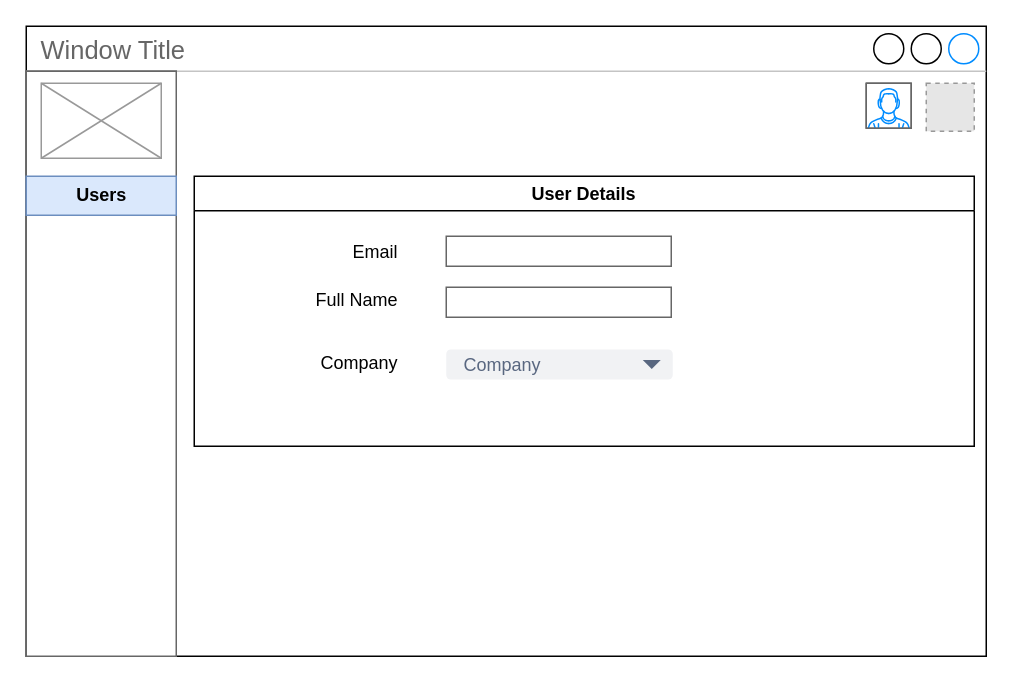
Earlier version of the draw.io diagram page "Super Admin - User Details" (4 of 9) of Untitled Diagram.drawio (wowarjuna/ivod). Source tidied: cells renumbered, new cells numbered last; positions are measured from the earlier drawing's top-left corner, leaving out a move shared by most shapes. Both pictures are drawn from the tidied source at 150%, with x=0, y=0 at pixel (26, 26). Pictures stored in the file or linked from it are replaced by grey dashed boxes.
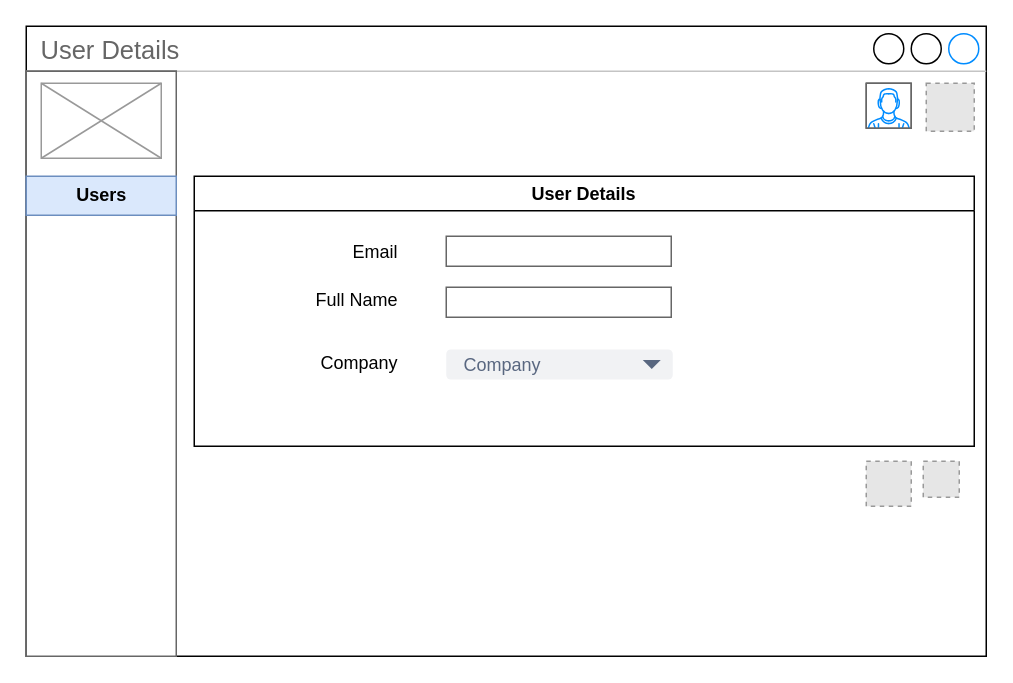
After the change.

Change to the diagram source:
```diff
@@
-    <mxCell id="2" value="Window Title" style="strokeWidth=1;shadow=0;dashed=0;align=center;html=1;shape=mxgraph.mockup.containers.window;align=left;verticalAlign=top;spacingLeft=8;strokeColor2=#008cff;strokeColor3=#c4c4c4;fontColor=#666666;mainText=;fontSize=17;labelBackgroundColor=none;" parent="1" vertex="1">
+    <mxCell id="2" value="User Details" style="strokeWidth=1;shadow=0;dashed=0;align=center;html=1;shape=mxgraph.mockup.containers.window;align=left;verticalAlign=top;spacingLeft=8;strokeColor2=#008cff;strokeColor3=#c4c4c4;fontColor=#666666;mainText=;fontSize=17;labelBackgroundColor=none;" parent="1" vertex="1">
       <mxGeometry width="640" height="420" as="geometry" />
     </mxCell>
@@
+    <mxCell id="18" style="fillColor=#E6E6E6;strokeColor=#999999;dashed=1;html=1;verticalAlign=top;verticalLabelPosition=bottom;labelBackgroundColor=#ffffff;fontSize=12;align=right;" parent="1" vertex="1">
+      <mxGeometry x="560" y="290" width="30" height="30" as="geometry" />
+    </mxCell>
+    <mxCell id="19" style="fillColor=#E6E6E6;strokeColor=#999999;dashed=1;html=1;verticalAlign=top;verticalLabelPosition=bottom;labelBackgroundColor=#ffffff;fontSize=12;align=right;" parent="1" vertex="1">
+      <mxGeometry x="598" y="290" width="24" height="24" as="geometry" />
+    </mxCell>
```
